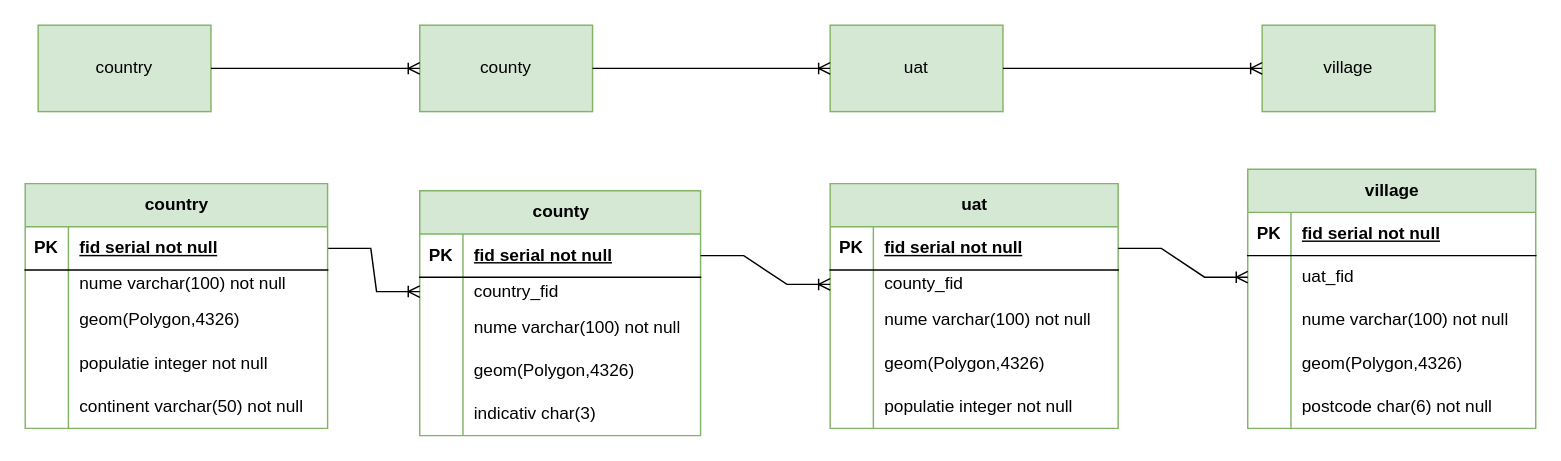
Before: Untitled Diagram.drawio in Celestin9/spatial_db, a draw.io diagram. Source tidied: cells renumbered, new cells numbered last; positions are measured from the earlier drawing's top-left corner, leaving out a move shared by most shapes. Both pictures are drawn from the tidied source at 144%, with x=0, y=0 at pixel (24, 24).
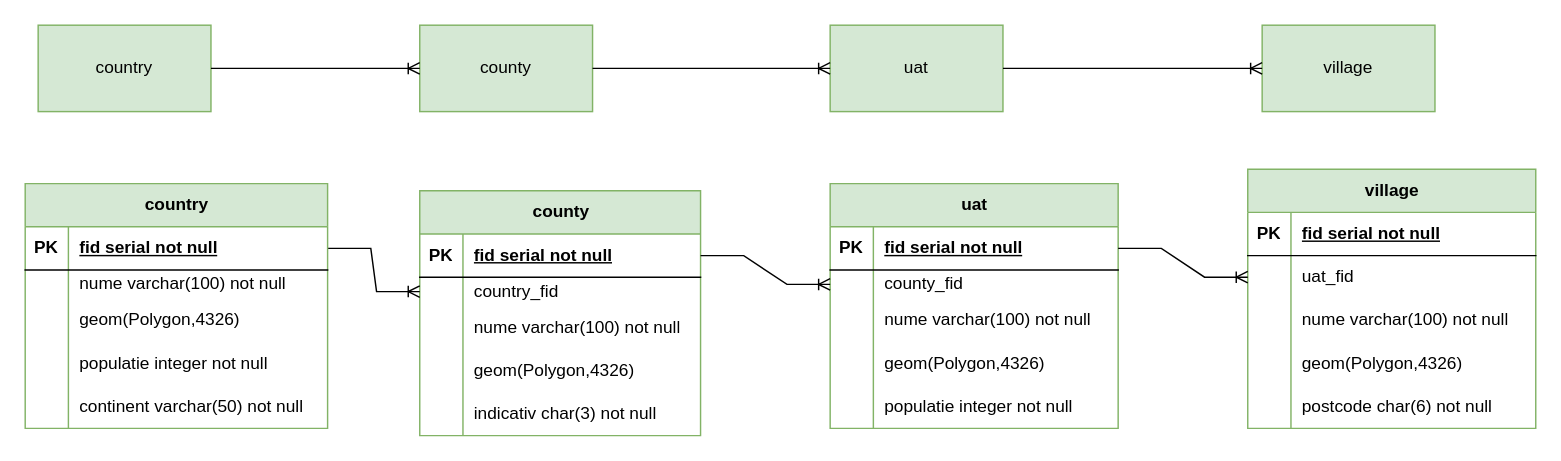
After the change.

Unchanged cells that the change refers to:
```xml
<mxCell id="22" style="shape=tableRow;horizontal=0;startSize=0;swimlaneHead=0;swimlaneBody=0;fillColor=none;top=0;left=0;right=0;bottom=0;" parent="9" vertex="1">
  <mxGeometry y="140" width="195" height="30" as="geometry" />
</mxCell>
```

Diff of the diagram source:
```diff
@@
-    <mxCell id="24" value="indicativ char(3)" style="shape=partialRectangle;fillColor=none;top=0;left=0;bottom=0;right=0;align=left;spacingLeft=6;overflow=hidden;whiteSpace=wrap;html=1;" parent="22" vertex="1">
+    <mxCell id="24" value="indicativ char(3) not null" style="shape=partialRectangle;fillColor=none;top=0;left=0;bottom=0;right=0;align=left;spacingLeft=6;overflow=hidden;whiteSpace=wrap;html=1;" parent="22" vertex="1">
       <mxGeometry x="30" width="165" height="30" as="geometry" />
     </mxCell>
```
